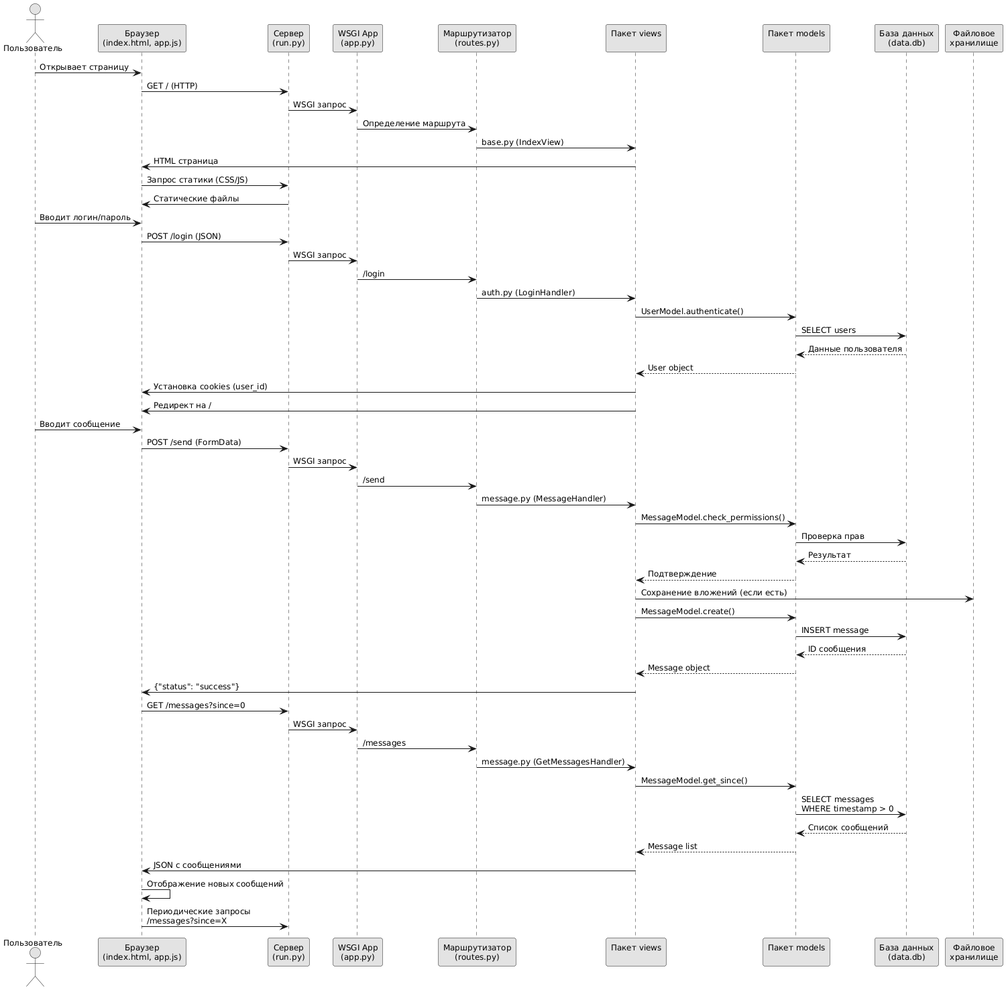
Above: Diplom/images/Диаграмма последовательности.png in Intelligent-95/DOC_diplom (PlantUML), before the change.
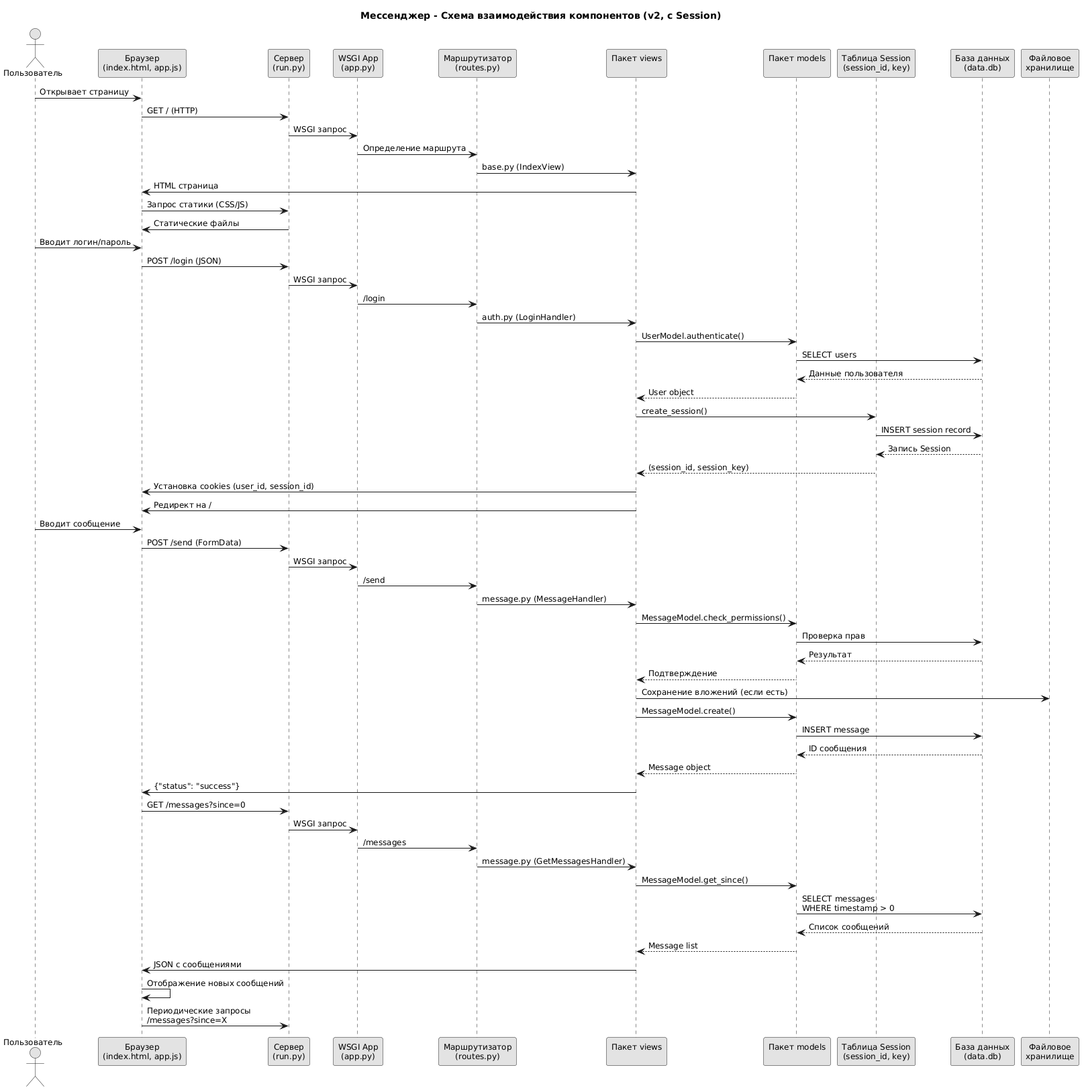
The same file after the commit.

The edit, as a diff of the source:
```diff
@@ -1,4 +1,6 @@
 @startuml
+title Мессенджер - Схема взаимодействия компонентов (v2, с Session)
+
 skinparam monochrome true
 skinparam responseMessageBelowArrow true
 skinparam defaultFontName Arial
@@ -11,6 +13,7 @@
 participant "Маршрутизатор\n(routes.py)" as router
 participant "Пакет views\n" as views
 participant "Пакет models\n" as models
+participant "Таблица Session\n(session_id, key)" as session
 participant "База данных\n(data.db)" as db
 participant "Файловое\nхранилище" as storage
 
@@ -32,7 +35,13 @@
 models -> db: SELECT users
 db --> models: Данные пользователя
 models --> views: User object
-views -> browser: Установка cookies (user_id)
+
+views -> session: create_session()
+session -> db: INSERT session record
+db --> session: Запись Session
+session --> views: (session_id, session_key)
+
+views -> browser: Установка cookies (user_id, session_id)
 views -> browser: Редирект на /
 
 user -> browser: Вводит сообщение
```
